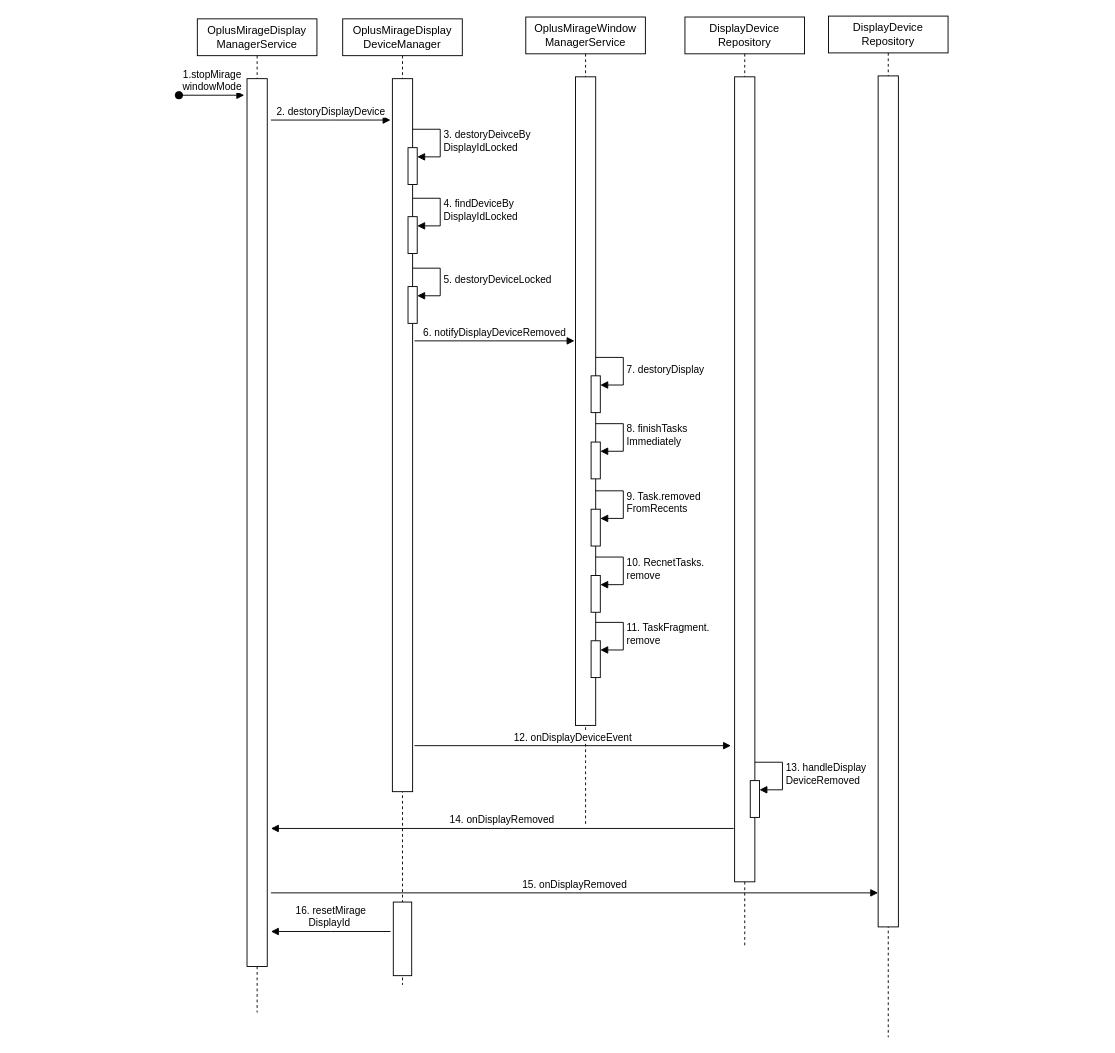
Earlier version of the draw.io diagram 销毁投屏.drawio (jcj123/-). Source tidied: cells renumbered, new cells numbered last; positions are measured from the earlier drawing's top-left corner, leaving out a move shared by most shapes. Both pictures are drawn from the tidied source at 92%, with x=0, y=0 at pixel (178, 16).
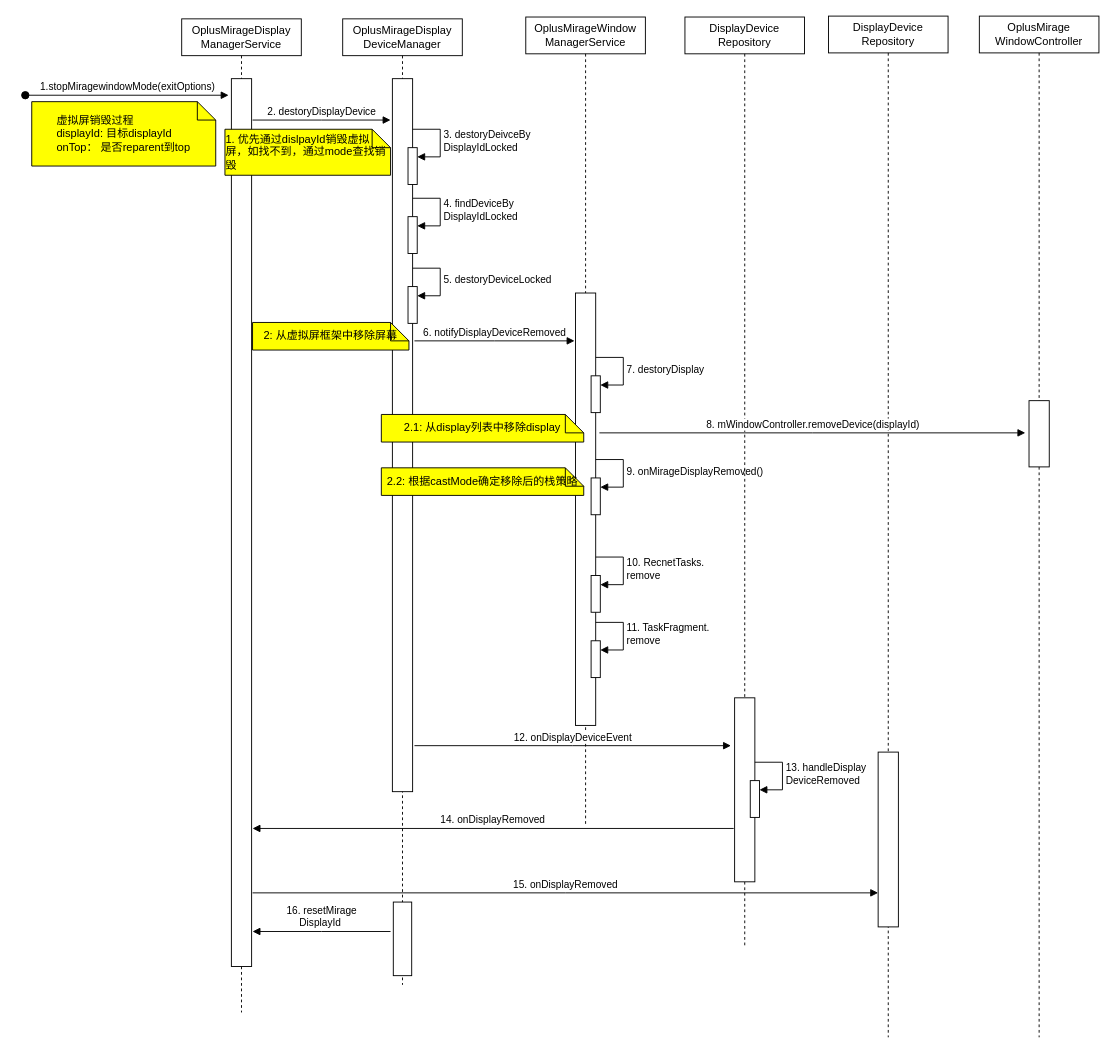
The same page after the edit.

Commit message (it also covers changes not shown here):
更新销毁投屏.drawio

The change refers to these unchanged cells:
```xml
<mxCell id="15" value="OplusMirageWindow&lt;br&gt;ManagerService" style="shape=umlLifeline;perimeter=lifelinePerimeter;whiteSpace=wrap;html=1;newEdgeStyle={&quot;edgeStyle&quot;:&quot;elbowEdgeStyle&quot;,&quot;elbow&quot;:&quot;vertical&quot;,&quot;curved&quot;:0,&quot;rounded&quot;:0};" parent="1" vertex="1">
  <mxGeometry x="377" y="1" width="130" height="880" as="geometry" />
</mxCell>
<mxCell id="28" value="DisplayDevice&lt;br&gt;Repository" style="shape=umlLifeline;perimeter=lifelinePerimeter;whiteSpace=wrap;html=1;newEdgeStyle={&quot;edgeStyle&quot;:&quot;elbowEdgeStyle&quot;,&quot;elbow&quot;:&quot;vertical&quot;,&quot;curved&quot;:0,&quot;rounded&quot;:0};" parent="1" vertex="1">
  <mxGeometry x="550" y="1" width="130" height="1010" as="geometry" />
</mxCell>
<mxCell id="34" value="DisplayDevice&lt;br&gt;Repository" style="shape=umlLifeline;perimeter=lifelinePerimeter;whiteSpace=wrap;html=1;newEdgeStyle={&quot;edgeStyle&quot;:&quot;elbowEdgeStyle&quot;,&quot;elbow&quot;:&quot;vertical&quot;,&quot;curved&quot;:0,&quot;rounded&quot;:0};" parent="1" vertex="1">
  <mxGeometry x="706" width="130" height="1110" as="geometry" />
</mxCell>
```

Change to the diagram source:
```diff
@@
     <mxCell id="2" value="OplusMirageDisplay&lt;br&gt;ManagerService" style="shape=umlLifeline;perimeter=lifelinePerimeter;whiteSpace=wrap;html=1;newEdgeStyle={&quot;edgeStyle&quot;:&quot;elbowEdgeStyle&quot;,&quot;elbow&quot;:&quot;vertical&quot;,&quot;curved&quot;:0,&quot;rounded&quot;:0};" parent="1" vertex="1">
-      <mxGeometry x="20" y="3" width="130" height="1080" as="geometry" />
+      <mxGeometry x="3" y="3" width="130" height="1080" as="geometry" />
     </mxCell>
@@
-    <mxCell id="4" value="1.stopMirage&lt;br&gt;windowMode" style="html=1;verticalAlign=bottom;startArrow=oval;endArrow=block;startSize=8;edgeStyle=elbowEdgeStyle;elbow=vertical;curved=0;rounded=0;" parent="2" edge="1">
+    <mxCell id="4" value="1.stopMiragewindowMode(exitOptions)" style="html=1;verticalAlign=bottom;startArrow=oval;endArrow=block;startSize=8;edgeStyle=elbowEdgeStyle;elbow=vertical;curved=0;rounded=0;" parent="2" edge="1">
       <mxGeometry relative="1" as="geometry">
-        <mxPoint x="-20" y="83" as="sourcePoint" />
+        <mxPoint x="-170" y="83" as="sourcePoint" />
         <mxPoint x="51" y="83.1" as="targetPoint" />
       </mxGeometry>
     </mxCell>
@@
     <mxCell id="14" value="2. destoryDisplayDevice" style="html=1;verticalAlign=bottom;endArrow=block;edgeStyle=elbowEdgeStyle;elbow=vertical;curved=0;rounded=0;" parent="1" edge="1">
       <mxGeometry relative="1" as="geometry">
-        <mxPoint x="100" y="113" as="sourcePoint" />
+        <mxPoint x="80" y="113" as="sourcePoint" />
         <mxPoint x="230" y="113" as="targetPoint" />
       </mxGeometry>
     </mxCell>
@@
     <mxCell id="16" style="html=1;perimeter=orthogonalPerimeter;targetShapes=umlLifeline;newEdgeStyle={&quot;edgeStyle&quot;:&quot;elbowEdgeStyle&quot;,&quot;elbow&quot;:&quot;vertical&quot;,&quot;curved&quot;:0,&quot;rounded&quot;:0};" parent="15" vertex="1">
-      <mxGeometry x="54" y="65" width="22" height="705" as="geometry" />
+      <mxGeometry x="54" y="300" width="22" height="470" as="geometry" />
     </mxCell>
@@
-    <mxCell id="19" style="html=1;points=[];perimeter=orthogonalPerimeter;outlineConnect=0;targetShapes=umlLifeline;portConstraint=eastwest;newEdgeStyle={&quot;edgeStyle&quot;:&quot;elbowEdgeStyle&quot;,&quot;elbow&quot;:&quot;vertical&quot;,&quot;curved&quot;:0,&quot;rounded&quot;:0};" parent="15" vertex="1">
-      <mxGeometry x="71" y="462" width="10" height="40" as="geometry" />
-    </mxCell>
-    <mxCell id="20" value="8. finishTasks&lt;br&gt;Immediately" style="html=1;align=left;spacingLeft=2;endArrow=block;rounded=0;edgeStyle=orthogonalEdgeStyle;curved=0;rounded=0;" parent="15" edge="1" target="19">
-      <mxGeometry relative="1" as="geometry">
-        <mxPoint x="76" y="442" as="sourcePoint" />
-        <Array as="points">
-          <mxPoint x="106" y="472" />
-        </Array>
-      </mxGeometry>
-    </mxCell>
     <mxCell id="21" style="html=1;points=[];perimeter=orthogonalPerimeter;outlineConnect=0;targetShapes=umlLifeline;portConstraint=eastwest;newEdgeStyle={&quot;edgeStyle&quot;:&quot;elbowEdgeStyle&quot;,&quot;elbow&quot;:&quot;vertical&quot;,&quot;curved&quot;:0,&quot;rounded&quot;:0};" parent="15" vertex="1">
-      <mxGeometry x="71" y="535" width="10" height="40" as="geometry" />
+      <mxGeometry x="71" y="501" width="10" height="40" as="geometry" />
     </mxCell>
-    <mxCell id="22" value="9. Task.removed&lt;br&gt;FromRecents" style="html=1;align=left;spacingLeft=2;endArrow=block;rounded=0;edgeStyle=orthogonalEdgeStyle;curved=0;rounded=0;" parent="15" edge="1" target="21">
+    <mxCell id="22" value="9. onMirageDisplayRemoved()" style="html=1;align=left;spacingLeft=2;endArrow=block;rounded=0;edgeStyle=orthogonalEdgeStyle;curved=0;rounded=0;" parent="15" edge="1" target="21">
       <mxGeometry relative="1" as="geometry">
-        <mxPoint x="76" y="515" as="sourcePoint" />
+        <mxPoint x="76" y="481" as="sourcePoint" />
         <Array as="points">
-          <mxPoint x="106" y="545" />
+          <mxPoint x="106" y="511" />
         </Array>
       </mxGeometry>
     </mxCell>
@@
     <mxCell id="29" style="html=1;perimeter=orthogonalPerimeter;targetShapes=umlLifeline;newEdgeStyle={&quot;edgeStyle&quot;:&quot;elbowEdgeStyle&quot;,&quot;elbow&quot;:&quot;vertical&quot;,&quot;curved&quot;:0,&quot;rounded&quot;:0};" parent="28" vertex="1">
-      <mxGeometry x="54" y="65" width="22" height="875" as="geometry" />
+      <mxGeometry x="54" y="740" width="22" height="200" as="geometry" />
     </mxCell>
@@
     <mxCell id="33" value="14. onDisplayRemoved" style="html=1;verticalAlign=bottom;endArrow=block;edgeStyle=elbowEdgeStyle;elbow=vertical;curved=0;rounded=0;" parent="1" edge="1">
       <mxGeometry relative="1" as="geometry">
         <mxPoint x="603" y="883" as="sourcePoint" />
-        <mxPoint x="100" y="883" as="targetPoint" />
+        <mxPoint x="80" y="883" as="targetPoint" />
       </mxGeometry>
     </mxCell>
@@
     <mxCell id="35" style="html=1;perimeter=orthogonalPerimeter;targetShapes=umlLifeline;newEdgeStyle={&quot;edgeStyle&quot;:&quot;elbowEdgeStyle&quot;,&quot;elbow&quot;:&quot;vertical&quot;,&quot;curved&quot;:0,&quot;rounded&quot;:0};" parent="34" vertex="1">
-      <mxGeometry x="54" y="65" width="22" height="925" as="geometry" />
+      <mxGeometry x="54" y="800" width="22" height="190" as="geometry" />
     </mxCell>
     <mxCell id="36" value="15. onDisplayRemoved" style="html=1;verticalAlign=bottom;endArrow=block;edgeStyle=elbowEdgeStyle;elbow=vertical;curved=0;rounded=0;" parent="1" edge="1">
       <mxGeometry relative="1" as="geometry">
-        <mxPoint x="100" y="953" as="sourcePoint" />
+        <mxPoint x="80" y="953" as="sourcePoint" />
         <mxPoint x="760" y="953" as="targetPoint" />
       </mxGeometry>
     </mxCell>
     <mxCell id="37" value="16. resetMirage&lt;br&gt;DisplayId&amp;nbsp;" style="html=1;verticalAlign=bottom;endArrow=block;edgeStyle=elbowEdgeStyle;elbow=vertical;curved=0;rounded=0;" parent="1" edge="1">
       <mxGeometry relative="1" as="geometry">
         <mxPoint x="230" y="995" as="sourcePoint" />
-        <mxPoint x="100" y="995" as="targetPoint" />
+        <mxPoint x="80" y="995" as="targetPoint" />
       </mxGeometry>
     </mxCell>
+    <mxCell id="38" value="&lt;div style=&quot;text-align: left;&quot;&gt;&lt;span style=&quot;background-color: initial;&quot;&gt;虚拟屏销毁过程&lt;/span&gt;&lt;/div&gt;&lt;div style=&quot;text-align: left;&quot;&gt;&lt;span style=&quot;background-color: initial;&quot;&gt;displayId: 目标displayId&lt;/span&gt;&lt;/div&gt;&lt;div style=&quot;text-align: left;&quot;&gt;onTop： 是否reparent到top&lt;/div&gt;" style="shape=note;size=20;whiteSpace=wrap;html=1;fillColor=#FFFF00;" parent="1" vertex="1">
+      <mxGeometry x="-160" y="93" width="200" height="70" as="geometry" />
+    </mxCell>
+    <mxCell id="39" value="&lt;div style=&quot;text-align: left;&quot;&gt;1. 优先通过dislpayId销毁虚拟屏，如&lt;span style=&quot;background-color: initial;&quot;&gt;找不到，通过mode查找销毁&lt;/span&gt;&lt;/div&gt;" style="shape=note;size=20;whiteSpace=wrap;html=1;fillColor=#FFFF00;" parent="1" vertex="1">
+      <mxGeometry x="50" y="123" width="180" height="50" as="geometry" />
+    </mxCell>
+    <mxCell id="40" value="&lt;div style=&quot;text-align: left;&quot;&gt;2: 从虚拟屏框架中移除屏幕&lt;/div&gt;" style="shape=note;size=20;whiteSpace=wrap;html=1;fillColor=#FFFF00;" parent="1" vertex="1">
+      <mxGeometry x="80" y="333" width="170" height="30" as="geometry" />
+    </mxCell>
+    <mxCell id="41" value="OplusMirage&lt;br&gt;WindowController" style="shape=umlLifeline;perimeter=lifelinePerimeter;whiteSpace=wrap;html=1;newEdgeStyle={&quot;edgeStyle&quot;:&quot;elbowEdgeStyle&quot;,&quot;elbow&quot;:&quot;vertical&quot;,&quot;curved&quot;:0,&quot;rounded&quot;:0};" parent="1" vertex="1">
+      <mxGeometry x="870" width="130" height="1110" as="geometry" />
+    </mxCell>
+    <mxCell id="42" style="html=1;perimeter=orthogonalPerimeter;targetShapes=umlLifeline;newEdgeStyle={&quot;edgeStyle&quot;:&quot;elbowEdgeStyle&quot;,&quot;elbow&quot;:&quot;vertical&quot;,&quot;curved&quot;:0,&quot;rounded&quot;:0};" parent="41" vertex="1">
+      <mxGeometry x="54" y="418" width="22" height="72" as="geometry" />
+    </mxCell>
+    <mxCell id="43" value="8. mWindowController.removeDevice(displayId)" style="html=1;verticalAlign=bottom;endArrow=block;edgeStyle=elbowEdgeStyle;elbow=vertical;curved=0;rounded=0;" parent="1" edge="1">
+      <mxGeometry relative="1" as="geometry">
+        <mxPoint x="457" y="453" as="sourcePoint" />
+        <mxPoint x="920" y="453" as="targetPoint" />
+      </mxGeometry>
+    </mxCell>
+    <mxCell id="44" value="&lt;div style=&quot;text-align: left;&quot;&gt;2.1: 从display列表中移除display&lt;/div&gt;" style="shape=note;size=20;whiteSpace=wrap;html=1;fillColor=#FFFF00;" parent="1" vertex="1">
+      <mxGeometry x="220" y="433" width="220" height="30" as="geometry" />
+    </mxCell>
+    <mxCell id="45" value="&lt;div style=&quot;text-align: left;&quot;&gt;2.2: 根据castMode确定移除后的栈策略&lt;/div&gt;" style="shape=note;size=20;whiteSpace=wrap;html=1;fillColor=#FFFF00;" parent="1" vertex="1">
+      <mxGeometry x="220" y="491" width="220" height="30" as="geometry" />
+    </mxCell>
```
